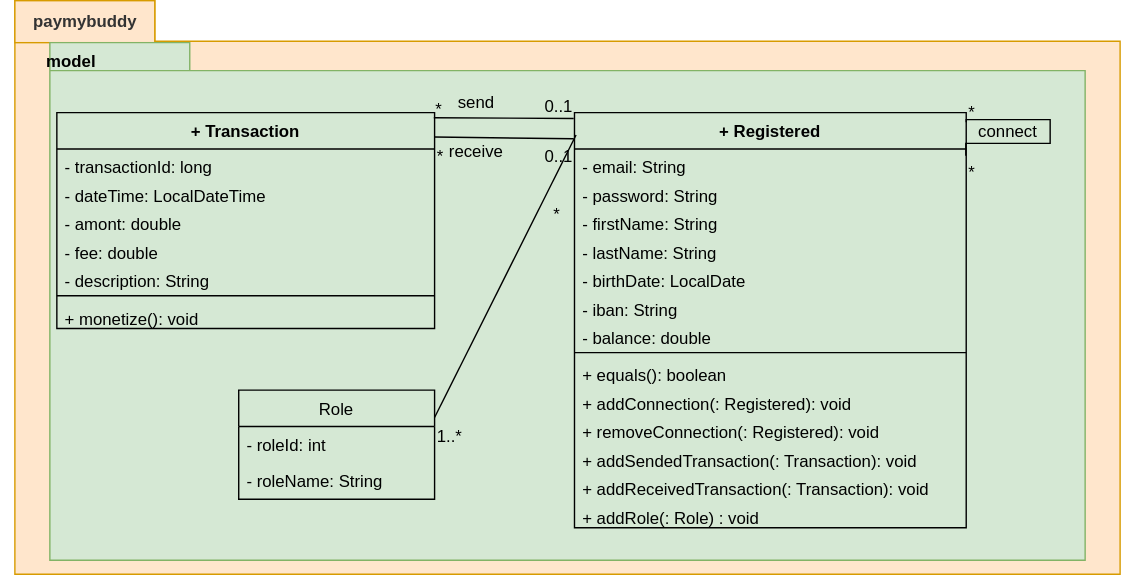
Earlier version of the draw.io export UML/payMyBuddyUML-ModelClasses.svg (emmo78/com.paymybuddy.paymybuddy). Source tidied: cells renumbered, new cells last; positions are measured from the earlier drawing's top-left corner, leaving out a move shared by most shapes.
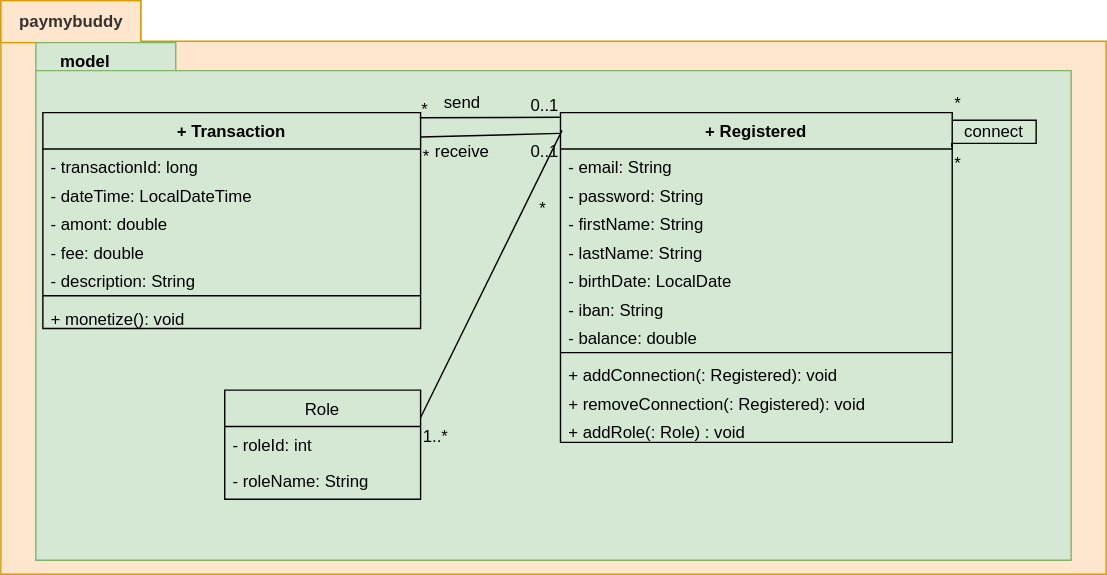
The same diagram one commit later.

Commit message:
feat : update uml, sql and readme

What changed in the source:
```diff
@@ -12,10 +12,10 @@
       <mxGeometry x="35" y="30" width="740" height="370" as="geometry" />
     </mxCell>
     <mxCell id="5" value="&lt;span style=&quot;font-size: 12px;&quot;&gt;model&lt;/span&gt;" style="text;strokeColor=none;fillColor=none;html=1;fontSize=24;fontStyle=1;verticalAlign=middle;align=center;" parent="1" vertex="1">
-      <mxGeometry y="20" width="100" height="40" as="geometry" />
+      <mxGeometry x="20" y="20" width="100" height="40" as="geometry" />
     </mxCell>
     <mxCell id="6" value="+ Registered" style="swimlane;fontStyle=1;align=center;verticalAlign=top;horizontal=1;startSize=26;fillColor=#d5e8d4;strokeColor=#000000;" parent="1" vertex="1">
-      <mxGeometry x="410" y="80" width="280" height="296.7" as="geometry" />
+      <mxGeometry x="410" y="80" width="280" height="235.7" as="geometry" />
     </mxCell>
     <mxCell id="7" value="- email: String" style="text;strokeColor=none;fillColor=none;align=left;verticalAlign=top;spacingLeft=4;spacingRight=4;overflow=hidden;" parent="6" vertex="1">
       <mxGeometry y="26" width="280" height="20.3" as="geometry" />
@@ -41,23 +41,14 @@
     <mxCell id="14" style="line;strokeWidth=1;fillColor=none;align=left;verticalAlign=middle;spacingTop=-1;spacingLeft=3;spacingRight=3;labelPosition=right;" parent="6" vertex="1">
       <mxGeometry y="168.4" width="280" height="6.3" as="geometry" />
     </mxCell>
-    <mxCell id="15" value="+ equals(): boolean" style="text;strokeColor=none;fillColor=none;align=left;verticalAlign=top;spacingLeft=4;spacingRight=4;overflow=hidden;" parent="6" vertex="1">
-      <mxGeometry y="174.7" width="280" height="20.3" as="geometry" />
-    </mxCell>
     <mxCell id="16" value="+ addConnection(: Registered): void" style="text;strokeColor=none;fillColor=none;align=left;verticalAlign=top;spacingLeft=4;spacingRight=4;overflow=hidden;" parent="6" vertex="1">
-      <mxGeometry y="195" width="280" height="20.3" as="geometry" />
+      <mxGeometry y="174.7" width="280" height="20.3" as="geometry" />
     </mxCell>
     <mxCell id="17" value="+ removeConnection(: Registered): void" style="text;strokeColor=none;fillColor=none;align=left;verticalAlign=top;spacingLeft=4;spacingRight=4;overflow=hidden;" parent="6" vertex="1">
-      <mxGeometry y="215.4" width="280" height="20.3" as="geometry" />
+      <mxGeometry y="195" width="280" height="20.3" as="geometry" />
     </mxCell>
-    <mxCell id="18" value="+ addSendedTransaction(: Transaction): void" style="text;strokeColor=none;fillColor=none;align=left;verticalAlign=top;spacingLeft=4;spacingRight=4;overflow=hidden;" parent="6" vertex="1">
-      <mxGeometry y="235.7" width="280" height="20.3" as="geometry" />
-    </mxCell>
-    <mxCell id="19" value="+ addReceivedTransaction(: Transaction): void" style="text;strokeColor=none;fillColor=none;align=left;verticalAlign=top;spacingLeft=4;spacingRight=4;overflow=hidden;" parent="6" vertex="1">
-      <mxGeometry y="256" width="280" height="20.3" as="geometry" />
-    </mxCell>
     <mxCell id="20" value="+ addRole(: Role) : void" style="text;strokeColor=none;fillColor=none;align=left;verticalAlign=top;spacingLeft=4;spacingRight=4;overflow=hidden;" parent="6" vertex="1">
-      <mxGeometry y="276.4" width="280" height="20.3" as="geometry" />
+      <mxGeometry y="215.4" width="280" height="20.3" as="geometry" />
     </mxCell>
     <mxCell id="21" value="+ Transaction" style="swimlane;fontStyle=1;align=center;verticalAlign=top;horizontal=1;startSize=26;fillColor=#d5e8d4;strokeColor=#000000;" parent="1" vertex="1">
       <mxGeometry x="40" y="80" width="270" height="154.3" as="geometry" />
```
